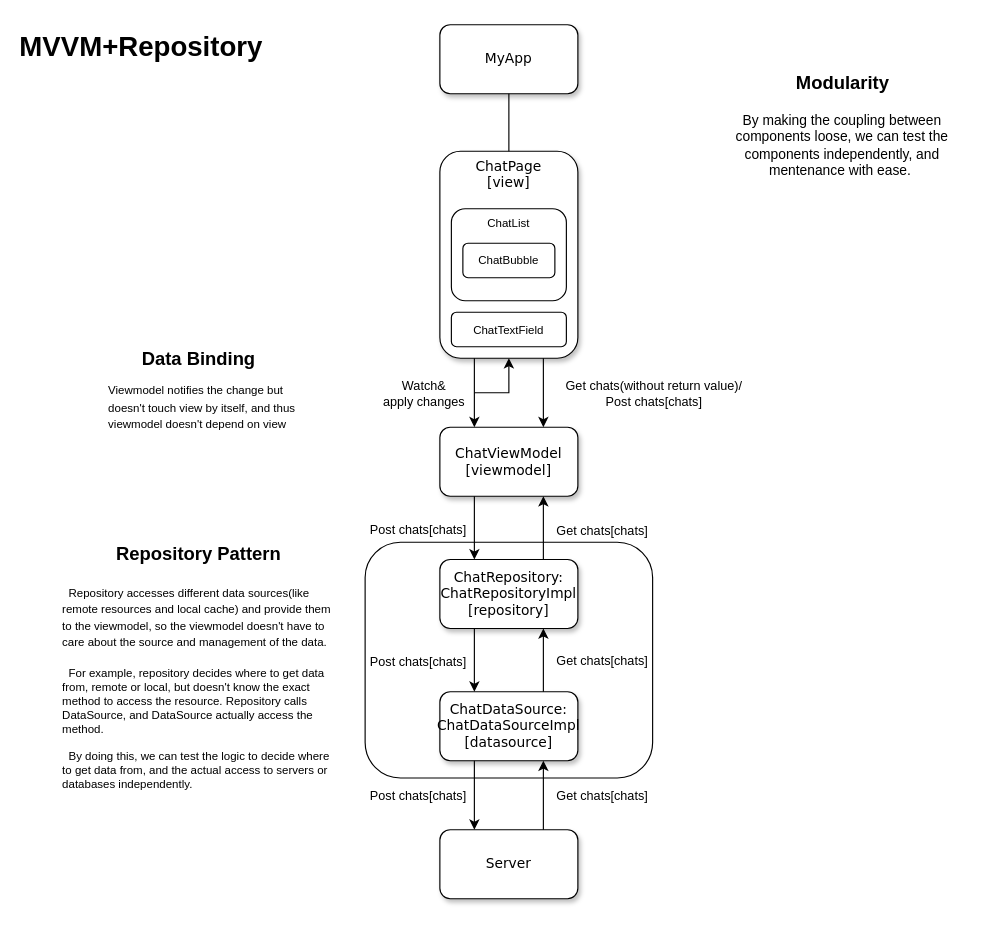
The draw.io diagram lib/chatapp.drawio in TakabayaP/chatapp, before the edit. Source tidied: cells renumbered, new cells numbered last; positions are measured from the earlier drawing's top-left corner, leaving out a move shared by most shapes. Both pictures are drawn from the tidied source at 115%, with x=0, y=0 at pixel (60, 24).
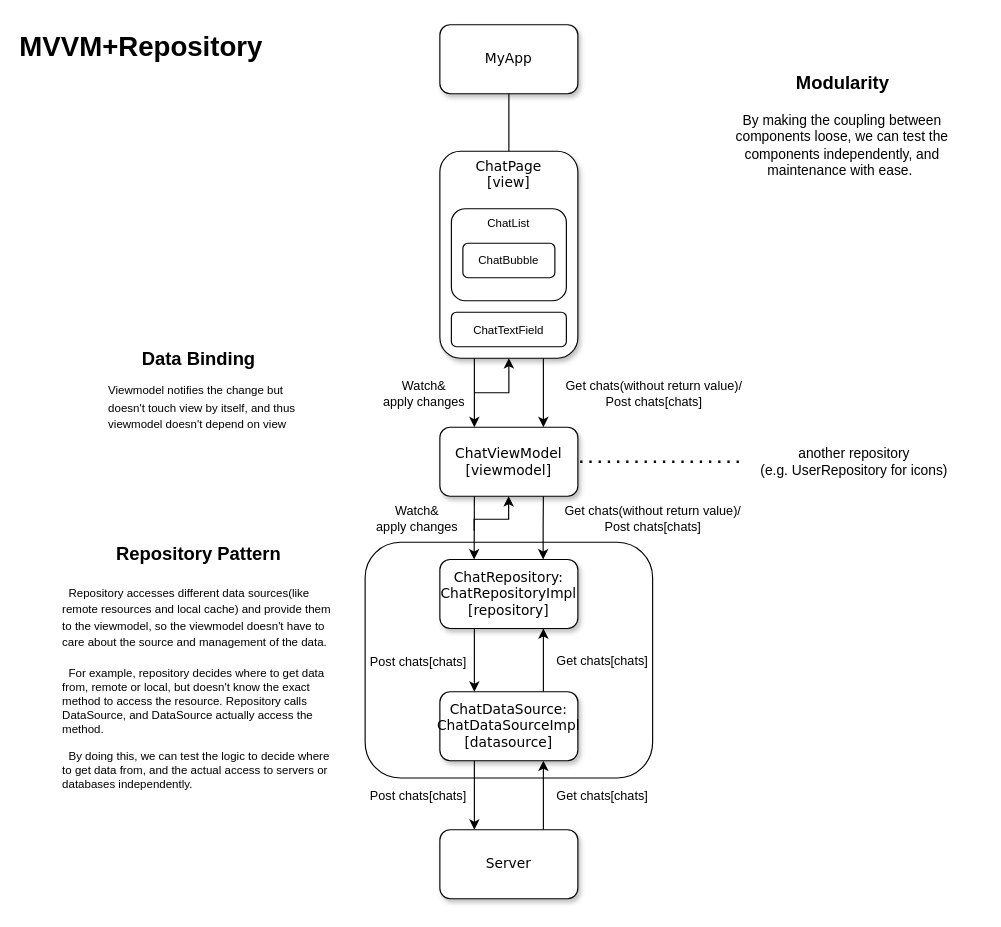
Above is the later version.

Commit message:
update: fix typo and change communication between viewmodel and repository to change notifications

Unchanged cells that the change refers to:
```xml
<mxCell id="7" value="&lt;span&gt;ChatViewModel&lt;br&gt;[viewmodel]&lt;/span&gt;" style="whiteSpace=wrap;html=1;rounded=1;shadow=1;labelBackgroundColor=none;strokeWidth=1;fontFamily=Verdana;fontSize=12;align=center;" parent="1" vertex="1">
  <mxGeometry x="330" y="350" width="120" height="60" as="geometry" />
</mxCell>
<mxCell id="10" value="&lt;span&gt;ChatRepository: ChatRepositoryImpl&lt;br&gt;[repository]&lt;/span&gt;" style="whiteSpace=wrap;html=1;rounded=1;shadow=1;labelBackgroundColor=none;strokeWidth=1;fontFamily=Verdana;fontSize=12;align=center;" parent="1" vertex="1">
  <mxGeometry x="330" y="465" width="120" height="60" as="geometry" />
</mxCell>
```

The edit, as a diff of the source:
```diff
@@
-    <mxCell id="11" style="endArrow=classic;html=1;rounded=0;labelBorderColor=none;comic=0;exitX=0.75;exitY=0;exitDx=0;exitDy=0;entryX=0.75;entryY=1;entryDx=0;entryDy=0;" parent="1" edge="1" source="10" target="7">
-      <mxGeometry relative="1" as="geometry" />
-    </mxCell>
-    <mxCell id="12" value="Get chats[chats]" style="edgeLabel;html=1;align=center;verticalAlign=middle;" parent="11" vertex="1">
-      <mxGeometry relative="1" as="geometry">
-        <mxPoint x="50" y="2" as="offset" />
-      </mxGeometry>
-    </mxCell>
-    <mxCell id="13" style="endArrow=classic;html=1;rounded=0;labelBorderColor=none;comic=0;exitX=0.25;exitY=1;exitDx=0;exitDy=0;entryX=0.25;entryY=0;entryDx=0;entryDy=0;" parent="1" edge="1" source="7" target="10">
-      <mxGeometry relative="1" as="geometry" />
-    </mxCell>
-    <mxCell id="14" value="Post chats[chats]" style="edgeLabel;html=1;align=center;verticalAlign=middle;" parent="13" vertex="1">
-      <mxGeometry relative="1" as="geometry">
-        <mxPoint x="-50" as="offset" />
-      </mxGeometry>
-    </mxCell>
@@
-    <mxCell id="35" value="By making the coupling between components loose, we can test the components independently, and mentenance with ease.&amp;nbsp;" style="text;html=1;strokeColor=none;fillColor=none;align=center;verticalAlign=top;whiteSpace=wrap;rounded=0;" parent="1" vertex="1">
+    <mxCell id="35" value="By making the coupling between components loose, we can test the components independently, and maintenance with ease.&amp;nbsp;" style="text;html=1;strokeColor=none;fillColor=none;align=center;verticalAlign=top;whiteSpace=wrap;rounded=0;" parent="1" vertex="1">
       <mxGeometry x="560" y="70" width="240" height="140" as="geometry" />
     </mxCell>
@@
+    <mxCell id="37" style="edgeStyle=orthogonalEdgeStyle;rounded=0;comic=0;orthogonalLoop=1;jettySize=auto;html=1;labelBorderColor=none;entryX=0.5;entryY=1;entryDx=0;entryDy=0;" parent="1" edge="1">
+      <mxGeometry relative="1" as="geometry">
+        <mxPoint x="359.8" y="440" as="sourcePoint" />
+        <mxPoint x="389.8" y="410" as="targetPoint" />
+        <Array as="points">
+          <mxPoint x="360" y="430" />
+          <mxPoint x="390" y="430" />
+        </Array>
+      </mxGeometry>
+    </mxCell>
+    <mxCell id="38" style="endArrow=classic;html=1;rounded=0;labelBorderColor=none;comic=0;exitX=0.25;exitY=1;exitDx=0;exitDy=0;" parent="1" edge="1" source="7">
+      <mxGeometry relative="1" as="geometry">
+        <mxPoint x="359.8" y="465" as="targetPoint" />
+      </mxGeometry>
+    </mxCell>
+    <mxCell id="39" value="Watch&amp;amp;&lt;br&gt;apply changes" style="edgeLabel;html=1;align=center;verticalAlign=middle;" parent="38" vertex="1">
+      <mxGeometry relative="1" as="geometry">
+        <mxPoint x="-50" y="-8" as="offset" />
+      </mxGeometry>
+    </mxCell>
+    <mxCell id="40" style="endArrow=classic;html=1;rounded=0;labelBorderColor=none;comic=0;entryX=0.75;entryY=0;entryDx=0;entryDy=0;exitX=0.75;exitY=1;exitDx=0;exitDy=0;" parent="1" edge="1" source="7">
+      <mxGeometry relative="1" as="geometry">
+        <mxPoint x="419.8" y="465" as="targetPoint" />
+        <Array as="points">
+          <mxPoint x="419.8" y="435" />
+        </Array>
+      </mxGeometry>
+    </mxCell>
+    <mxCell id="41" value="Get chats(without return value)/&lt;br&gt;Post chats[chats]" style="edgeLabel;html=1;align=center;verticalAlign=middle;" parent="40" vertex="1">
+      <mxGeometry relative="1" as="geometry">
+        <mxPoint x="95" y="-8" as="offset" />
+      </mxGeometry>
+    </mxCell>
+    <mxCell id="42" style="endArrow=none;dashed=1;html=1;dashPattern=1 3;strokeWidth=2;rounded=0;entryX=1;entryY=0.5;entryDx=0;entryDy=0;" parent="1" edge="1" target="7">
+      <mxGeometry relative="1" as="geometry">
+        <mxPoint x="590" y="380" as="sourcePoint" />
+      </mxGeometry>
+    </mxCell>
+    <mxCell id="43" value="another repository&lt;br&gt;(e.g. UserRepository for icons)" style="text;html=1;align=center;verticalAlign=middle;strokeColor=none;fillColor=none;" parent="1" vertex="1">
+      <mxGeometry x="600" y="365" width="180" height="30" as="geometry" />
+    </mxCell>
```
